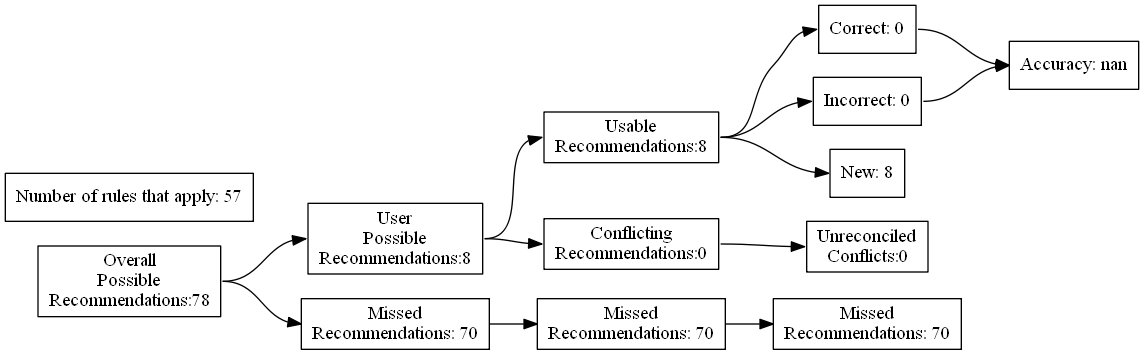
The Graphviz diagram test_renders/113.gv.png in ZaxR/ibd_diet_analysis, before a commit. Its source is kept beside it as test_renders/113.gv.
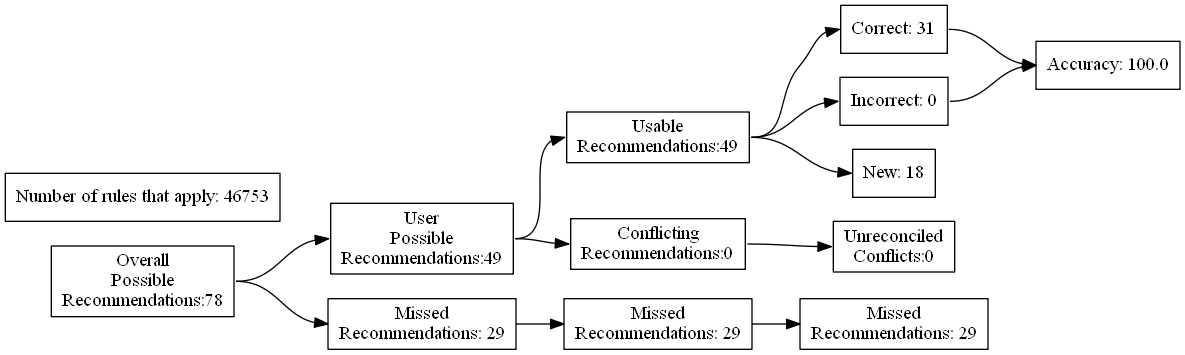
The same diagram one commit later.

Change to the diagram source:
```diff
@@ -7,24 +7,24 @@
 Recommendations:78"]
 		B [label="User
 Possible
-Recommendations:8"]
+Recommendations:49"]
 		C [label="Missed
-Recommendations: 70"]
+Recommendations: 29"]
 		D [label="Usable
-Recommendations:8"]
+Recommendations:49"]
 		E [label="Conflicting
 Recommendations:0"]
 		J [label="Missed
-Recommendations: 70"]
+Recommendations: 29"]
 		M [label="Unreconciled
 Conflicts:0"]
-		F [label="Correct: 0"]
+		F [label="Correct: 31"]
 		G [label="Incorrect: 0"]
-		H [label="New: 8"]
+		H [label="New: 18"]
 		K [label="Missed
-Recommendations: 70"]
-		I [label="Accuracy: nan"]
-		l [label="Number of rules that apply: 57"]
+Recommendations: 29"]
+		I [label="Accuracy: 100.0"]
+		l [label="Number of rules that apply: 46753"]
 			A -> B
 			A -> C
 			B -> D
```
